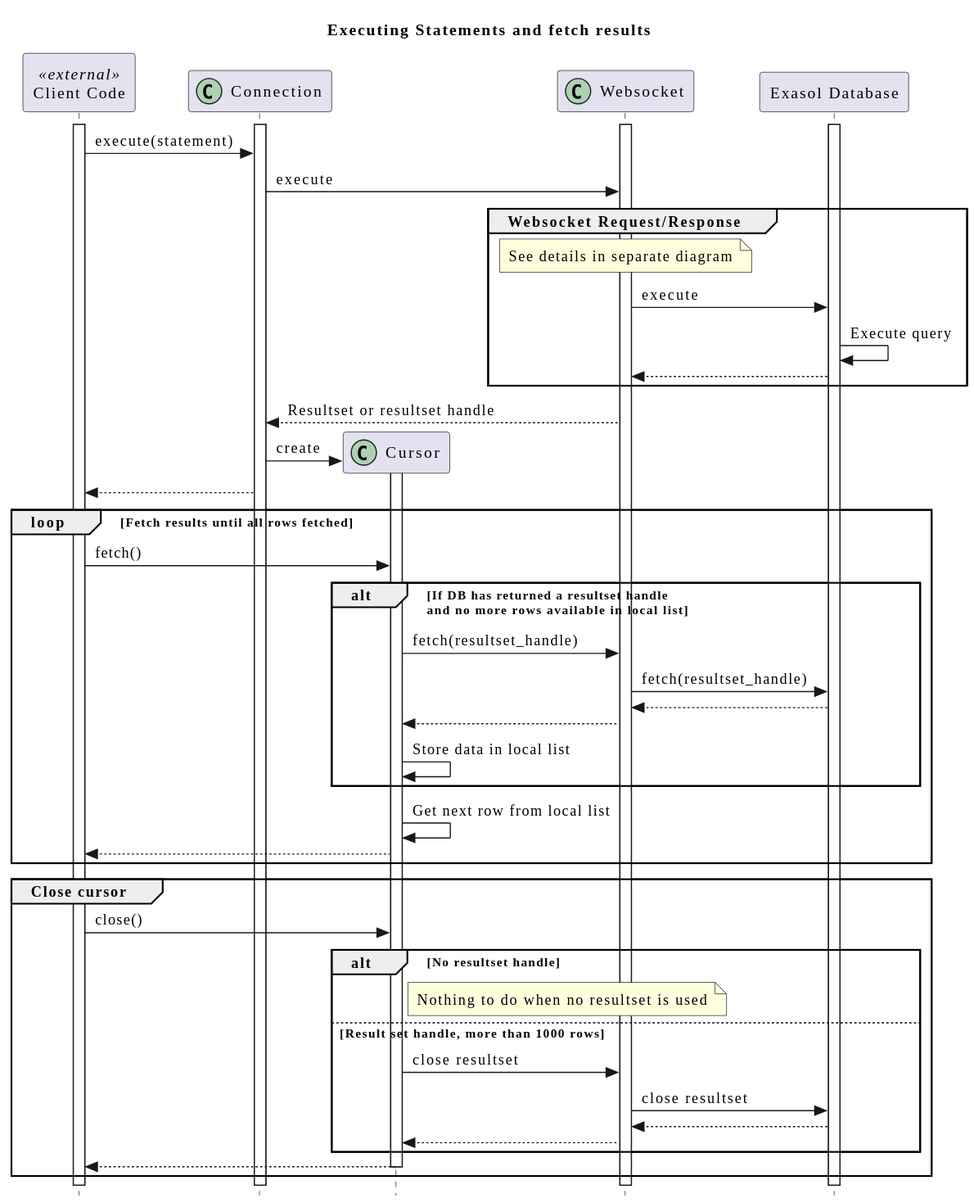
exasol/exasol-driver-lua keeps this PlantUML diagram as doc/images/generated/seq_execute_statement.svg. Above is the earlier version. Its diagram source:
```plantuml
@startuml seq_execute_statement
!include ../clean.skin

title: Executing Statements and fetch results

participant "Client Code" as client <<external>>
participant Connection as conn << (C,#ADD1B2) >>
participant Cursor as cur << (C,#ADD1B2) >>
participant Websocket as ws << (C,#ADD1B2) >>
participant "Exasol Database" as db

activate client
activate db
activate conn
activate ws
client -> conn: execute(statement)
conn -> ws: execute
group Websocket Request/Response
    note over ws: See details in separate diagram
    ws -> db: execute
    db -> db: Execute query
    db --> ws
end
ws --> conn: Resultset or resultset handle
create cur
conn -> cur: create
activate cur
conn --> client

loop Fetch results until all rows fetched
    client -> cur: fetch()
    alt If DB has returned a resultset handle\nand no more rows available in local list
        cur -> ws : fetch(resultset_handle)
        ws -> db : fetch(resultset_handle)
        db --> ws
        ws --> cur
        cur -> cur : Store data in local list
    end
    cur -> cur : Get next row from local list
    cur --> client
end
group Close cursor
    client -> cur : close()
    alt No resultset handle
        note right of cur: Nothing to do when no resultset is used
    else Result set handle, more than 1000 rows
        cur -> ws : close resultset
        ws -> db : close resultset
        db --> ws
        ws --> cur
    end
    cur --> client
    deactivate cur
end

@enduml
```
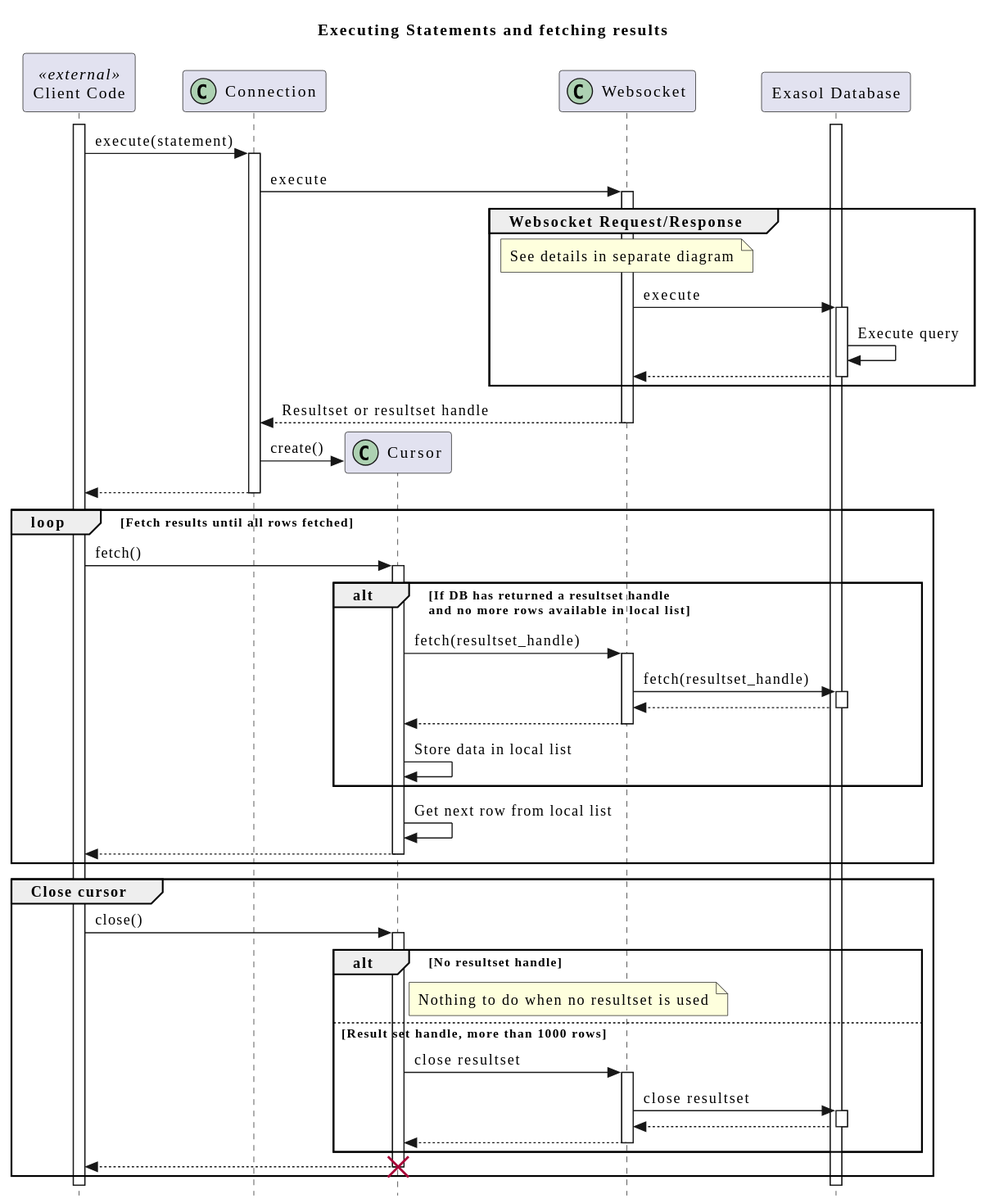
Above is the later version.

What changed in the source:
```diff
@@ -1,7 +1,7 @@
 @startuml seq_execute_statement
 !include ../clean.skin
 
-title: Executing Statements and fetch results
+title: Executing Statements and fetching results
 
 participant "Client Code" as client <<external>>
 participant Connection as conn << (C,#ADD1B2) >>
@@ -11,45 +11,60 @@
 
 activate client
 activate db
+client -> conn: execute(statement)
 activate conn
+conn -> ws: execute
 activate ws
-client -> conn: execute(statement)
-conn -> ws: execute
 group Websocket Request/Response
     note over ws: See details in separate diagram
     ws -> db: execute
+    activate db
     db -> db: Execute query
     db --> ws
+    deactivate db
 end
 ws --> conn: Resultset or resultset handle
+deactivate ws
 create cur
-conn -> cur: create
-activate cur
+conn -> cur: create()
 conn --> client
-
+deactivate conn
 loop Fetch results until all rows fetched
     client -> cur: fetch()
+    activate cur
     alt If DB has returned a resultset handle\nand no more rows available in local list
         cur -> ws : fetch(resultset_handle)
+        activate ws
         ws -> db : fetch(resultset_handle)
+        activate db
         db --> ws
+        deactivate db
         ws --> cur
+        deactivate ws
         cur -> cur : Store data in local list
     end
     cur -> cur : Get next row from local list
     cur --> client
+    deactivate cur
 end
 group Close cursor
     client -> cur : close()
+    activate cur
     alt No resultset handle
         note right of cur: Nothing to do when no resultset is used
     else Result set handle, more than 1000 rows
         cur -> ws : close resultset
+        activate ws
         ws -> db : close resultset
+        activate db
         db --> ws
+        deactivate db
         ws --> cur
+        deactivate ws
     end
     cur --> client
+    deactivate cur
+    destroy cur
     deactivate cur
 end
 
```
